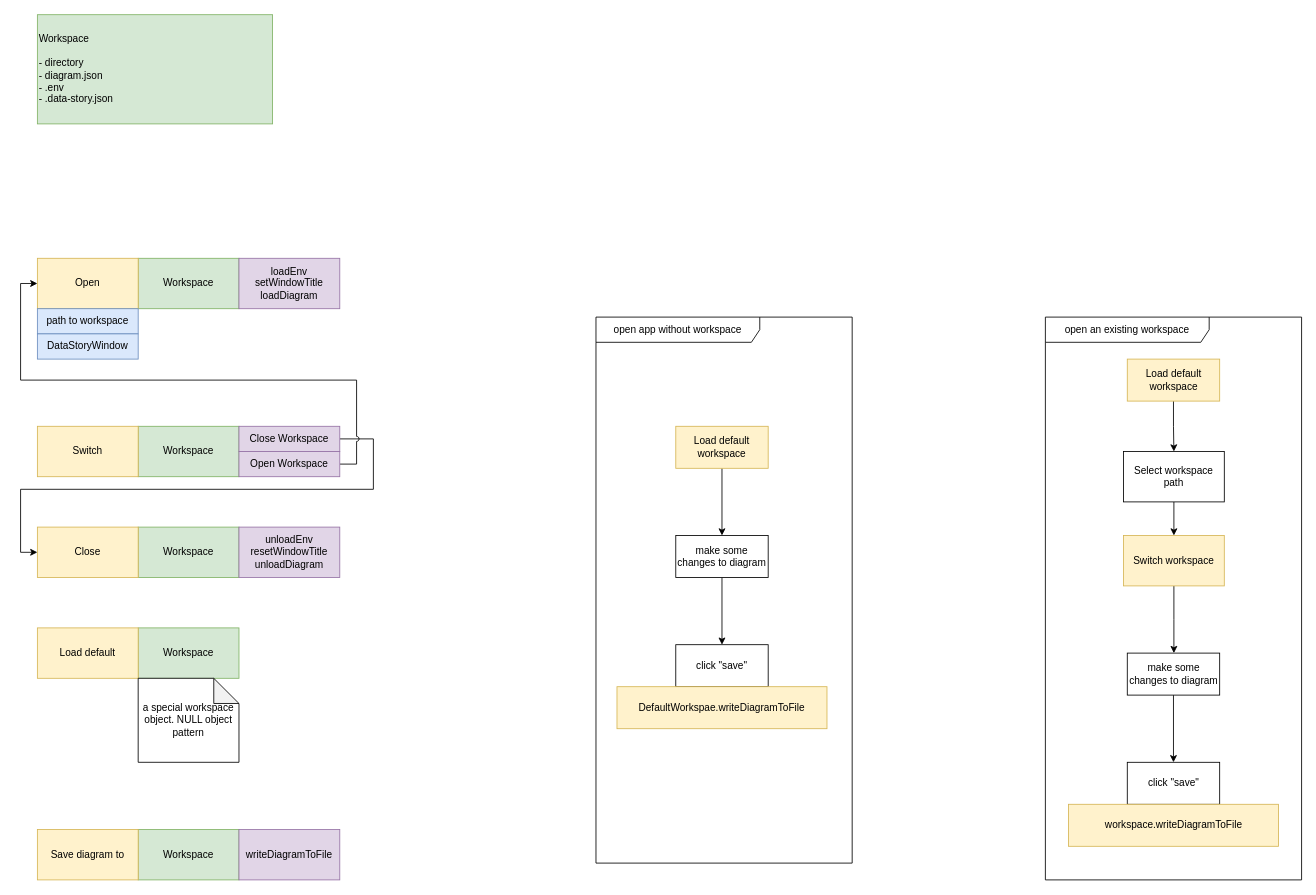
Earlier version of the draw.io diagram page "workspace" (2 of 4) of Untitled Diagram.drawio (stone-lyl/assets). Source tidied: cells renumbered, new cells numbered last; positions are measured from the earlier drawing's top-left corner, leaving out a move shared by most shapes. Both pictures are drawn from the tidied source at 84%, with x=0, y=0 at pixel (20, 14).
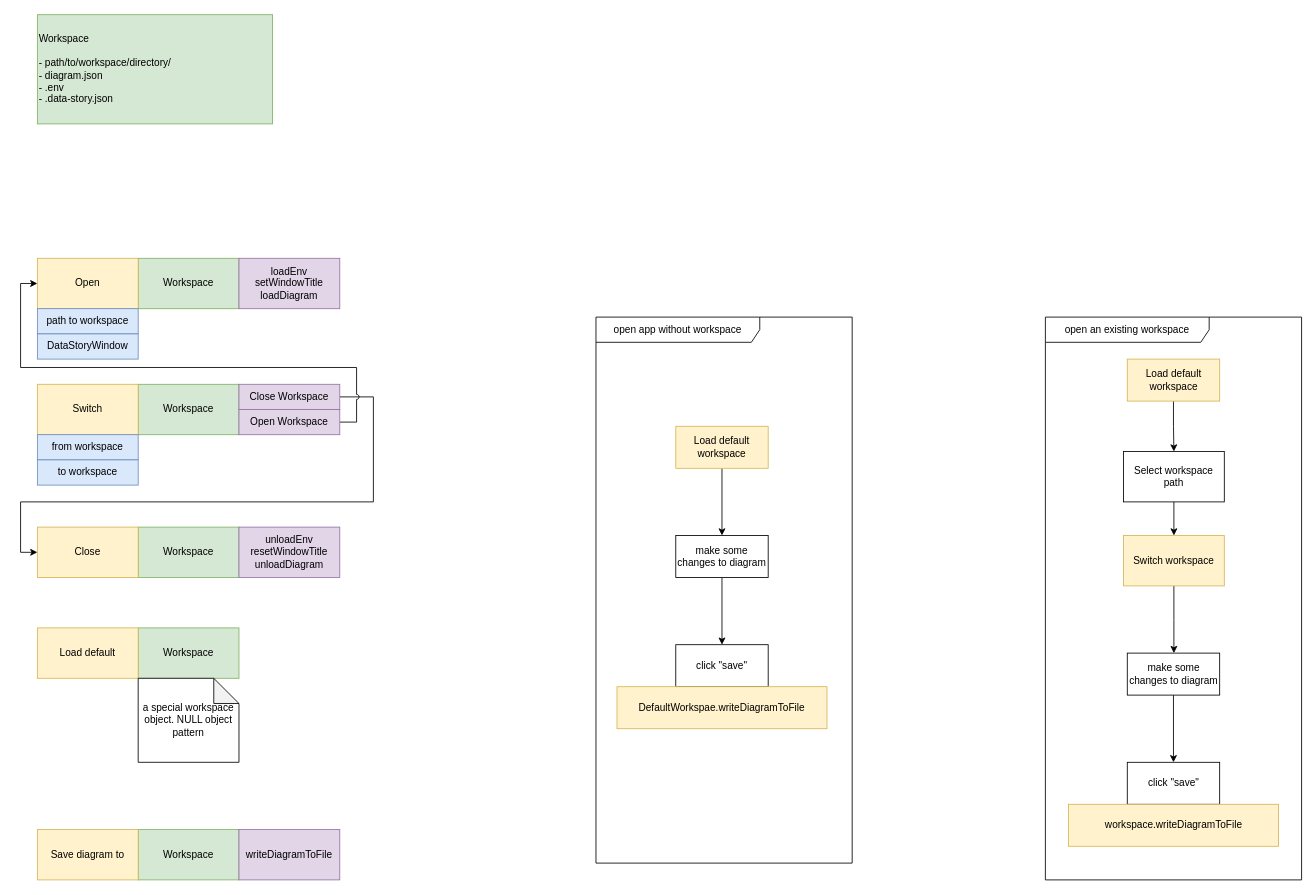
The same page after the edit.

Unchanged cells that the change refers to:
```xml
<mxCell id="4" value="Open" style="rounded=0;whiteSpace=wrap;html=1;fillColor=#fff2cc;strokeColor=#d6b656;" parent="1" vertex="1">
  <mxGeometry x="20" y="290" width="120" height="60" as="geometry" />
</mxCell>
<mxCell id="13" value="Close" style="rounded=0;whiteSpace=wrap;html=1;fillColor=#fff2cc;strokeColor=#d6b656;" parent="1" vertex="1">
  <mxGeometry x="20" y="610" width="120" height="60" as="geometry" />
</mxCell>
```

Change to the diagram source:
```diff
@@
-    <mxCell id="2" value="Workspace&lt;div&gt;&lt;br&gt;&lt;/div&gt;&lt;div&gt;- directory&lt;/div&gt;&lt;div&gt;- diagram.json&lt;/div&gt;&lt;div&gt;- .env&lt;/div&gt;&lt;div&gt;- .data-story.json&lt;/div&gt;" style="rounded=0;whiteSpace=wrap;html=1;fillColor=#d5e8d4;strokeColor=#82b366;align=left;" parent="1" vertex="1">
+    <mxCell id="2" value="Workspace&lt;div&gt;&lt;br&gt;&lt;/div&gt;&lt;div&gt;- path/to/workspace/directory/&lt;/div&gt;&lt;div&gt;- diagram.json&lt;/div&gt;&lt;div&gt;- .env&lt;/div&gt;&lt;div&gt;- .data-story.json&lt;/div&gt;" style="rounded=0;whiteSpace=wrap;html=1;fillColor=#d5e8d4;strokeColor=#82b366;align=left;" parent="1" vertex="1">
       <mxGeometry x="20" width="280" height="130" as="geometry" />
     </mxCell>
@@
     <mxCell id="6" value="Workspace" style="rounded=0;whiteSpace=wrap;html=1;fillColor=#d5e8d4;strokeColor=#82b366;" parent="1" vertex="1">
-      <mxGeometry x="140" y="490" width="120" height="60" as="geometry" />
+      <mxGeometry x="140" y="440" width="120" height="60" as="geometry" />
     </mxCell>
     <mxCell id="7" value="Switch" style="rounded=0;whiteSpace=wrap;html=1;fillColor=#fff2cc;strokeColor=#d6b656;" parent="1" vertex="1">
-      <mxGeometry x="20" y="490" width="120" height="60" as="geometry" />
+      <mxGeometry x="20" y="440" width="120" height="60" as="geometry" />
     </mxCell>
-    <mxCell id="8" style="edgeStyle=orthogonalEdgeStyle;rounded=0;jettySize=auto;html=1;exitX=1;exitY=0.5;exitDx=0;exitDy=0;entryX=0;entryY=0.5;entryDx=0;entryDy=0;jumpStyle=sharp;" parent="1" edge="1" source="9" target="13">
+    <mxCell id="8" style="edgeStyle=orthogonalEdgeStyle;rounded=0;jettySize=auto;html=1;entryX=0;entryY=0.5;entryDx=0;entryDy=0;jumpStyle=sharp;exitX=1;exitY=0.5;exitDx=0;exitDy=0;" parent="1" edge="1" source="9" target="13">
       <mxGeometry relative="1" as="geometry">
         <Array as="points">
-          <mxPoint x="420" y="505" />
-          <mxPoint x="420" y="565" />
-          <mxPoint y="565" />
+          <mxPoint x="420" y="455" />
+          <mxPoint x="420" y="580" />
+          <mxPoint y="580" />
           <mxPoint y="640" />
         </Array>
       </mxGeometry>
     </mxCell>
     <mxCell id="9" value="Close Workspace" style="rounded=0;whiteSpace=wrap;html=1;fillColor=#e1d5e7;strokeColor=#9673a6;" parent="1" vertex="1">
-      <mxGeometry x="260" y="490" width="120" height="30" as="geometry" />
+      <mxGeometry x="260" y="440" width="120" height="30" as="geometry" />
     </mxCell>
     <mxCell id="10" style="edgeStyle=orthogonalEdgeStyle;rounded=0;jettySize=auto;html=1;exitX=1;exitY=0.5;exitDx=0;exitDy=0;entryX=0;entryY=0.5;entryDx=0;entryDy=0;jumpStyle=arc;" parent="1" edge="1" source="11" target="4">
-      <mxGeometry relative="1" as="geometry" />
+      <mxGeometry relative="1" as="geometry">
+        <Array as="points">
+          <mxPoint x="400" y="485" />
+          <mxPoint x="400" y="420" />
+          <mxPoint y="420" />
+          <mxPoint y="320" />
+        </Array>
+      </mxGeometry>
     </mxCell>
     <mxCell id="11" value="Open Workspace" style="rounded=0;whiteSpace=wrap;html=1;fillColor=#e1d5e7;strokeColor=#9673a6;" parent="1" vertex="1">
-      <mxGeometry x="260" y="520" width="120" height="30" as="geometry" />
+      <mxGeometry x="260" y="470" width="120" height="30" as="geometry" />
     </mxCell>
@@
+    <mxCell id="41" value="from workspace" style="rounded=0;whiteSpace=wrap;html=1;fillColor=#dae8fc;strokeColor=#6c8ebf;" parent="1" vertex="1">
+      <mxGeometry x="20" y="500" width="120" height="30" as="geometry" />
+    </mxCell>
+    <mxCell id="42" value="to workspace" style="rounded=0;whiteSpace=wrap;html=1;fillColor=#dae8fc;strokeColor=#6c8ebf;" parent="1" vertex="1">
+      <mxGeometry x="20" y="530" width="120" height="30" as="geometry" />
+    </mxCell>
```
